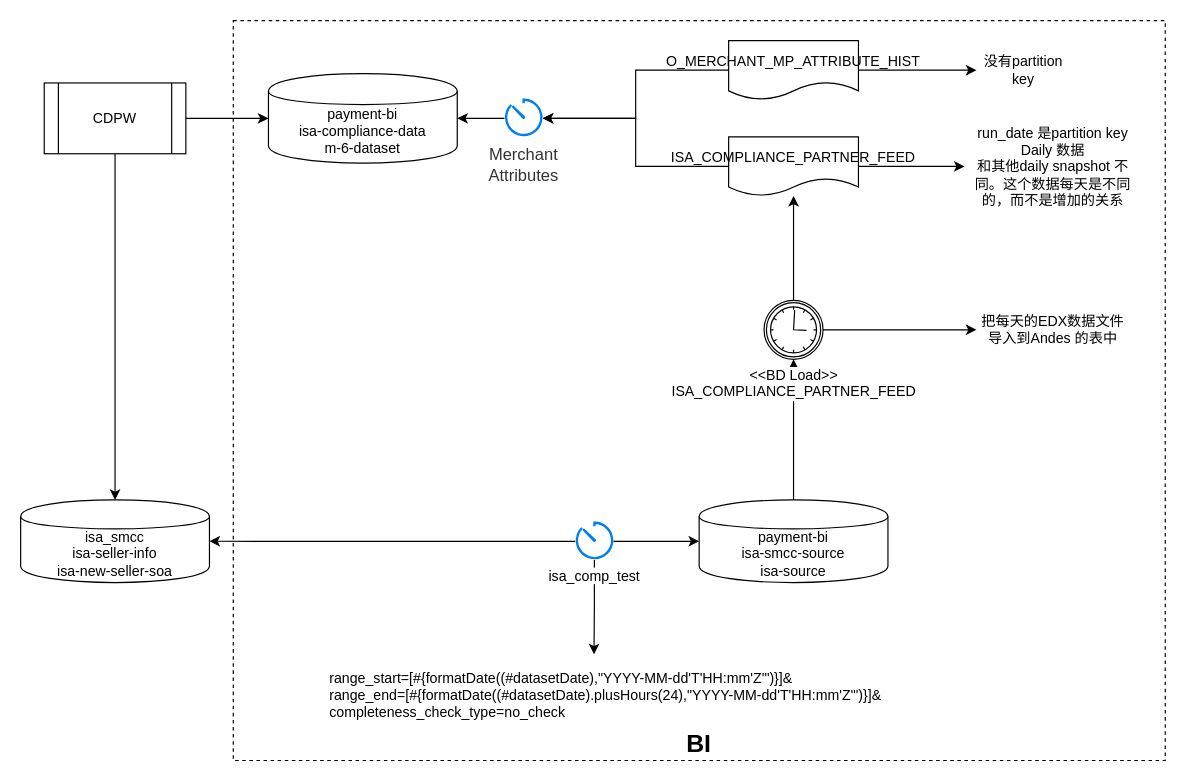
This is page "Page-10" (10 of 11) of Untitled Diagram.drawio from dongposhi/Mimicat, a draw.io file, before an edit. Source tidied: cells renumbered, new cells numbered last; positions are measured from the earlier drawing's top-left corner, leaving out a move shared by most shapes. Both pictures are drawn from the tidied source at 118%, with x=0, y=0 at pixel (20, 20).
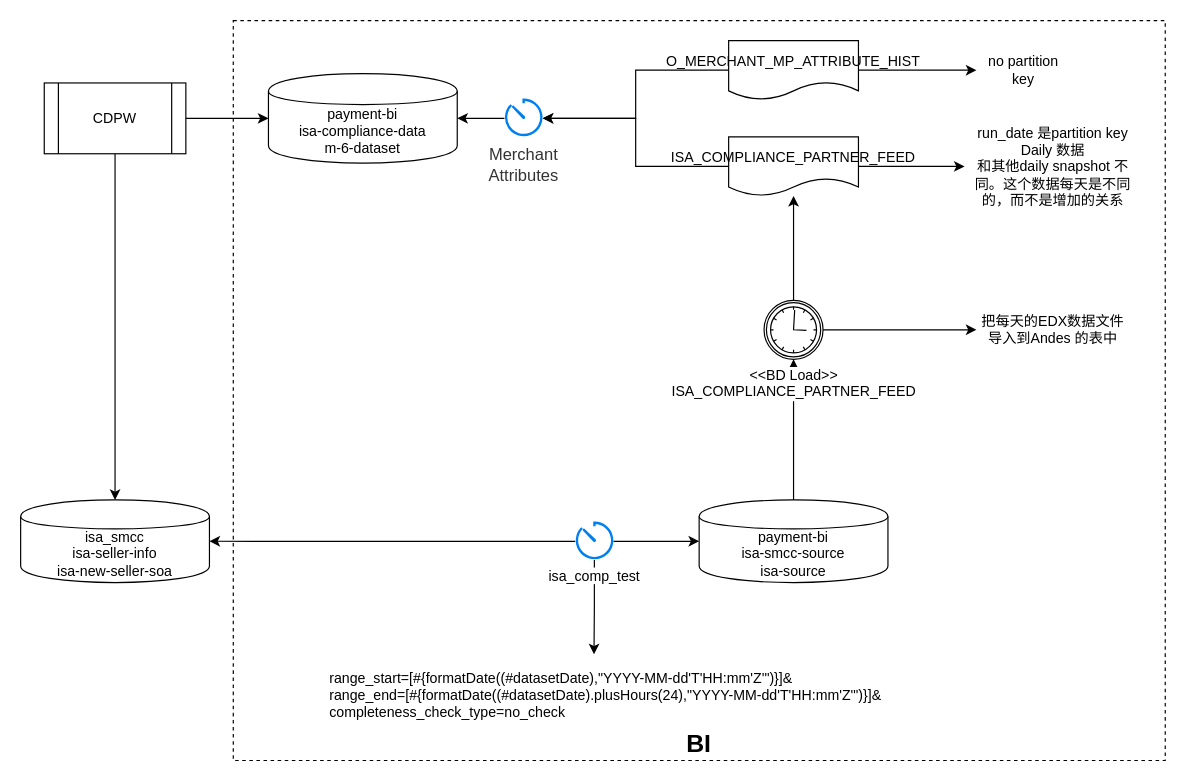
Above is the later version.

What changed in the source:
```diff
@@
-    <mxCell id="28" value="没有partition key" style="text;html=1;strokeColor=none;fillColor=none;align=center;verticalAlign=middle;whiteSpace=wrap;rounded=0;" parent="1" vertex="1">
+    <mxCell id="28" value="no partition key" style="text;html=1;strokeColor=none;fillColor=none;align=center;verticalAlign=middle;whiteSpace=wrap;rounded=0;" parent="1" vertex="1">
       <mxGeometry x="810" y="37" width="80" height="10" as="geometry" />
     </mxCell>
```
